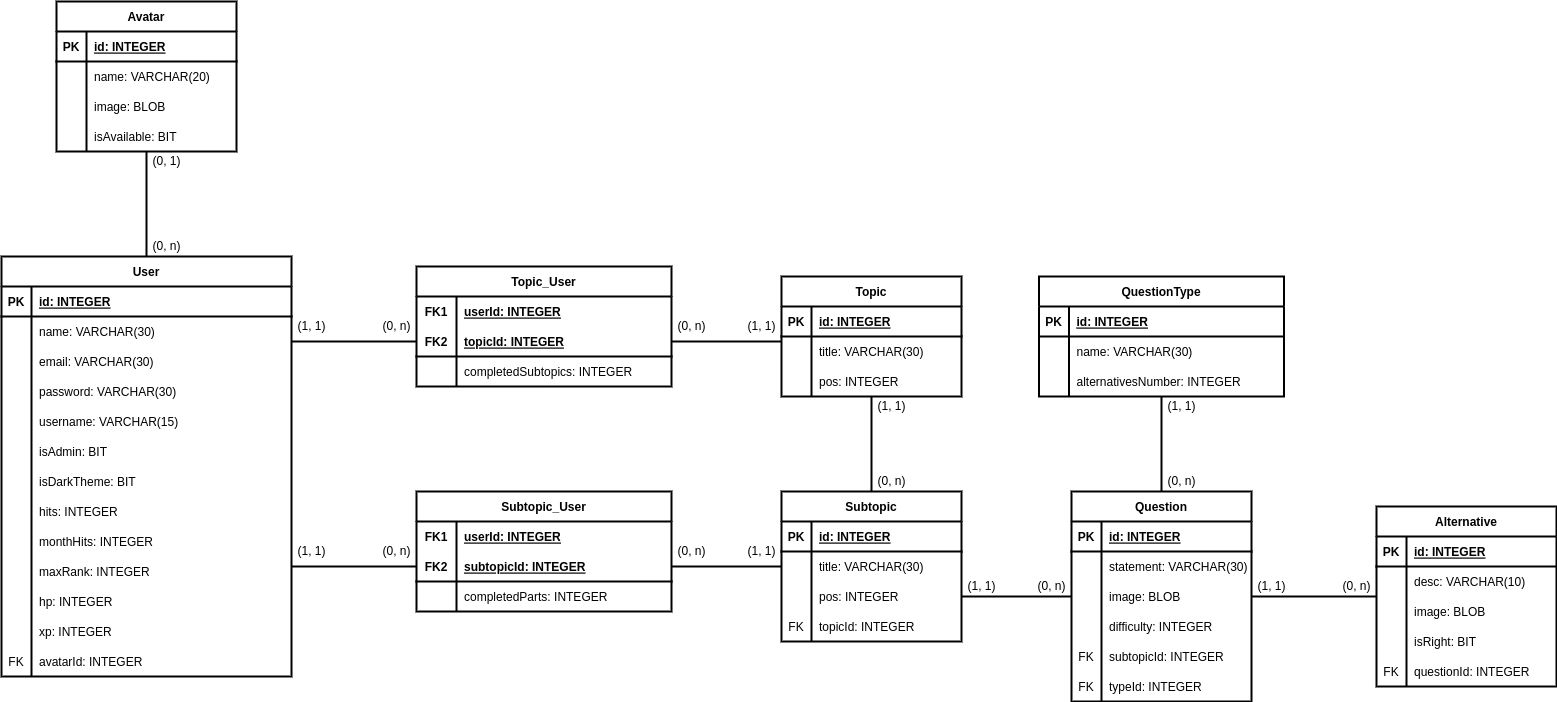
This is docs/banco/fisico.png from rafaeldiehl/malba, a draw.io export, as it was before one commit. Source tidied: cells renumbered, new cells last; positions are measured from the earlier drawing's top-left corner, leaving out a move shared by most shapes.
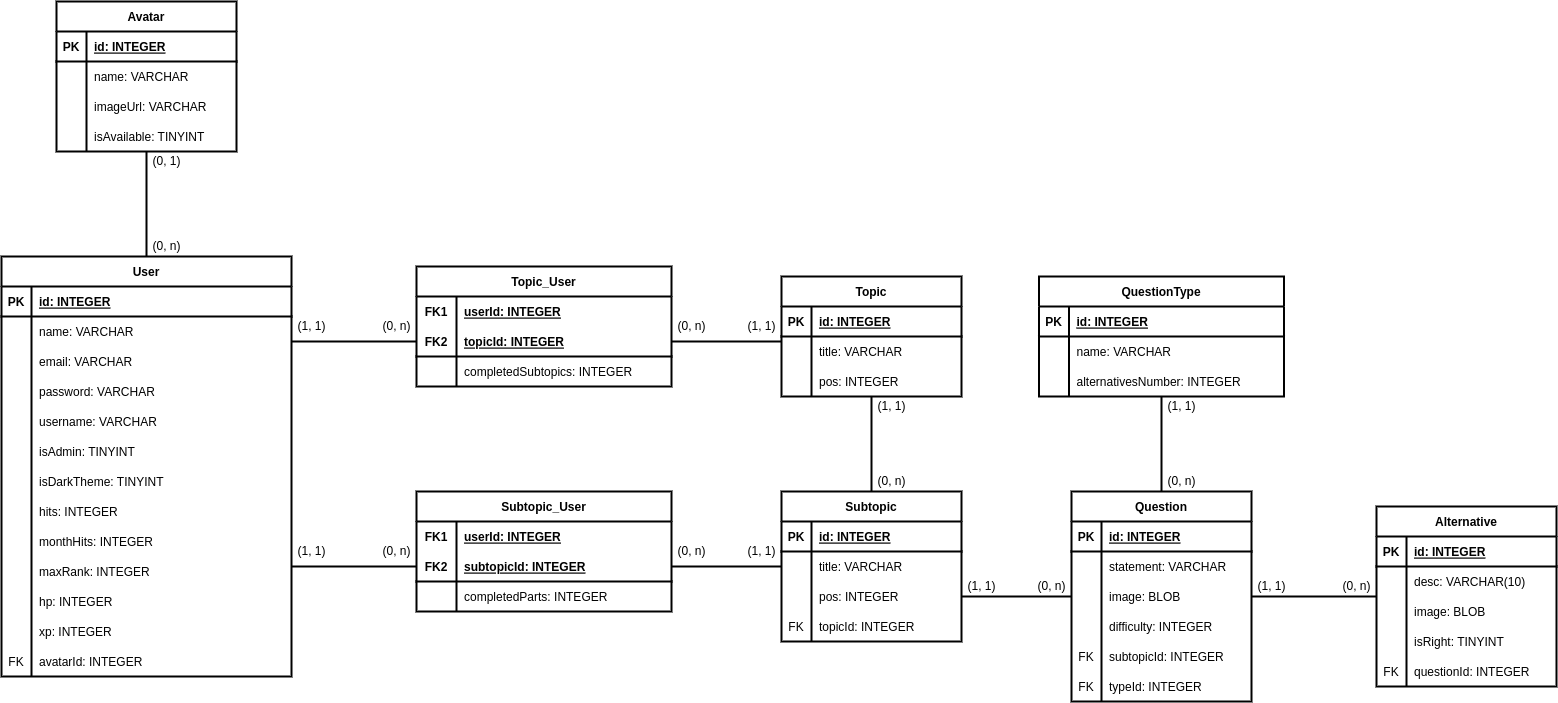
Above is the later version.

What changed in the source:
```diff
@@ -23,7 +23,7 @@
     <mxCell id="8" style="shape=partialRectangle;fillColor=none;top=0;left=0;bottom=0;right=0;overflow=hidden;strokeWidth=2;" parent="7" vertex="1">
       <mxGeometry width="30" height="30" as="geometry" />
     </mxCell>
-    <mxCell id="9" value="name: VARCHAR(30)" style="shape=partialRectangle;fillColor=none;top=0;left=0;bottom=0;right=0;align=left;spacingLeft=6;overflow=hidden;strokeWidth=2;" parent="7" vertex="1">
+    <mxCell id="9" value="name: VARCHAR" style="shape=partialRectangle;fillColor=none;top=0;left=0;bottom=0;right=0;align=left;spacingLeft=6;overflow=hidden;strokeWidth=2;" parent="7" vertex="1">
       <mxGeometry x="30" width="260" height="30" as="geometry" />
     </mxCell>
     <mxCell id="10" style="shape=tableRow;horizontal=0;startSize=0;swimlaneHead=0;swimlaneBody=0;fillColor=none;top=0;left=0;right=0;bottom=0;strokeWidth=2;" parent="3" vertex="1">
@@ -32,7 +32,7 @@
     <mxCell id="11" style="shape=partialRectangle;fillColor=none;top=0;left=0;bottom=0;right=0;overflow=hidden;strokeWidth=2;" parent="10" vertex="1">
       <mxGeometry width="30" height="30" as="geometry" />
     </mxCell>
-    <mxCell id="12" value="email: VARCHAR(30)" style="shape=partialRectangle;fillColor=none;top=0;left=0;bottom=0;right=0;align=left;spacingLeft=6;overflow=hidden;strokeWidth=2;" parent="10" vertex="1">
+    <mxCell id="12" value="email: VARCHAR" style="shape=partialRectangle;fillColor=none;top=0;left=0;bottom=0;right=0;align=left;spacingLeft=6;overflow=hidden;strokeWidth=2;" parent="10" vertex="1">
       <mxGeometry x="30" width="260" height="30" as="geometry" />
     </mxCell>
     <mxCell id="13" style="shape=tableRow;horizontal=0;startSize=0;swimlaneHead=0;swimlaneBody=0;fillColor=none;top=0;left=0;right=0;bottom=0;strokeWidth=2;" parent="3" vertex="1">
@@ -41,7 +41,7 @@
     <mxCell id="14" style="shape=partialRectangle;fillColor=none;top=0;left=0;bottom=0;right=0;overflow=hidden;strokeWidth=2;" parent="13" vertex="1">
       <mxGeometry width="30" height="30" as="geometry" />
     </mxCell>
-    <mxCell id="15" value="password: VARCHAR(30)" style="shape=partialRectangle;fillColor=none;top=0;left=0;bottom=0;right=0;align=left;spacingLeft=6;overflow=hidden;strokeWidth=2;" parent="13" vertex="1">
+    <mxCell id="15" value="password: VARCHAR" style="shape=partialRectangle;fillColor=none;top=0;left=0;bottom=0;right=0;align=left;spacingLeft=6;overflow=hidden;strokeWidth=2;" parent="13" vertex="1">
       <mxGeometry x="30" width="260" height="30" as="geometry" />
     </mxCell>
     <mxCell id="16" style="shape=tableRow;horizontal=0;startSize=0;swimlaneHead=0;swimlaneBody=0;fillColor=none;top=0;left=0;right=0;bottom=0;strokeWidth=2;" parent="3" vertex="1">
@@ -50,7 +50,7 @@
     <mxCell id="17" style="shape=partialRectangle;fillColor=none;top=0;left=0;bottom=0;right=0;overflow=hidden;strokeWidth=2;" parent="16" vertex="1">
       <mxGeometry width="30" height="30" as="geometry" />
     </mxCell>
-    <mxCell id="18" value="username: VARCHAR(15)" style="shape=partialRectangle;fillColor=none;top=0;left=0;bottom=0;right=0;align=left;spacingLeft=6;overflow=hidden;strokeWidth=2;" parent="16" vertex="1">
+    <mxCell id="18" value="username: VARCHAR" style="shape=partialRectangle;fillColor=none;top=0;left=0;bottom=0;right=0;align=left;spacingLeft=6;overflow=hidden;strokeWidth=2;" parent="16" vertex="1">
       <mxGeometry x="30" width="260" height="30" as="geometry" />
     </mxCell>
     <mxCell id="19" style="shape=tableRow;horizontal=0;startSize=0;swimlaneHead=0;swimlaneBody=0;fillColor=none;top=0;left=0;right=0;bottom=0;strokeWidth=2;" parent="3" vertex="1">
@@ -59,7 +59,7 @@
     <mxCell id="20" style="shape=partialRectangle;fillColor=none;top=0;left=0;bottom=0;right=0;overflow=hidden;strokeWidth=2;" parent="19" vertex="1">
       <mxGeometry width="30" height="30" as="geometry" />
     </mxCell>
-    <mxCell id="21" value="isAdmin: BIT" style="shape=partialRectangle;fillColor=none;top=0;left=0;bottom=0;right=0;align=left;spacingLeft=6;overflow=hidden;strokeWidth=2;" parent="19" vertex="1">
+    <mxCell id="21" value="isAdmin: TINYINT" style="shape=partialRectangle;fillColor=none;top=0;left=0;bottom=0;right=0;align=left;spacingLeft=6;overflow=hidden;strokeWidth=2;" parent="19" vertex="1">
       <mxGeometry x="30" width="260" height="30" as="geometry" />
     </mxCell>
     <mxCell id="22" style="shape=tableRow;horizontal=0;startSize=0;swimlaneHead=0;swimlaneBody=0;fillColor=none;top=0;left=0;right=0;bottom=0;strokeWidth=2;" parent="3" vertex="1">
@@ -68,7 +68,7 @@
     <mxCell id="23" style="shape=partialRectangle;fillColor=none;top=0;left=0;bottom=0;right=0;overflow=hidden;strokeWidth=2;" parent="22" vertex="1">
       <mxGeometry width="30" height="30" as="geometry" />
     </mxCell>
-    <mxCell id="24" value="isDarkTheme: BIT" style="shape=partialRectangle;fillColor=none;top=0;left=0;bottom=0;right=0;align=left;spacingLeft=6;overflow=hidden;strokeWidth=2;" parent="22" vertex="1">
+    <mxCell id="24" value="isDarkTheme: TINYINT" style="shape=partialRectangle;fillColor=none;top=0;left=0;bottom=0;right=0;align=left;spacingLeft=6;overflow=hidden;strokeWidth=2;" parent="22" vertex="1">
       <mxGeometry x="30" width="260" height="30" as="geometry" />
     </mxCell>
     <mxCell id="25" style="shape=tableRow;horizontal=0;startSize=0;swimlaneHead=0;swimlaneBody=0;fillColor=none;top=0;left=0;right=0;bottom=0;strokeWidth=2;" parent="3" vertex="1">
@@ -143,7 +143,7 @@
     <mxCell id="48" style="shape=partialRectangle;fillColor=none;top=0;left=0;bottom=0;right=0;overflow=hidden;strokeWidth=2;" parent="47" vertex="1">
       <mxGeometry width="30" height="30" as="geometry" />
     </mxCell>
-    <mxCell id="49" value="name: VARCHAR(20)" style="shape=partialRectangle;fillColor=none;top=0;left=0;bottom=0;right=0;align=left;spacingLeft=6;overflow=hidden;strokeWidth=2;" parent="47" vertex="1">
+    <mxCell id="49" value="name: VARCHAR" style="shape=partialRectangle;fillColor=none;top=0;left=0;bottom=0;right=0;align=left;spacingLeft=6;overflow=hidden;strokeWidth=2;" parent="47" vertex="1">
       <mxGeometry x="30" width="150" height="30" as="geometry" />
     </mxCell>
     <mxCell id="50" style="shape=tableRow;horizontal=0;startSize=0;swimlaneHead=0;swimlaneBody=0;fillColor=none;top=0;left=0;right=0;bottom=0;strokeWidth=2;" parent="43" vertex="1">
@@ -152,7 +152,7 @@
     <mxCell id="51" style="shape=partialRectangle;fillColor=none;top=0;left=0;bottom=0;right=0;overflow=hidden;strokeWidth=2;" parent="50" vertex="1">
       <mxGeometry width="30" height="30" as="geometry" />
     </mxCell>
-    <mxCell id="52" value="image: BLOB" style="shape=partialRectangle;fillColor=none;top=0;left=0;bottom=0;right=0;align=left;spacingLeft=6;overflow=hidden;strokeWidth=2;" parent="50" vertex="1">
+    <mxCell id="52" value="imageUrl: VARCHAR" style="shape=partialRectangle;fillColor=none;top=0;left=0;bottom=0;right=0;align=left;spacingLeft=6;overflow=hidden;strokeWidth=2;" parent="50" vertex="1">
       <mxGeometry x="30" width="150" height="30" as="geometry" />
     </mxCell>
     <mxCell id="53" style="shape=tableRow;horizontal=0;startSize=0;swimlaneHead=0;swimlaneBody=0;fillColor=none;top=0;left=0;right=0;bottom=0;strokeWidth=2;" parent="43" vertex="1">
@@ -161,7 +161,7 @@
     <mxCell id="54" style="shape=partialRectangle;fillColor=none;top=0;left=0;bottom=0;right=0;overflow=hidden;strokeWidth=2;" parent="53" vertex="1">
       <mxGeometry width="30" height="30" as="geometry" />
     </mxCell>
-    <mxCell id="55" value="isAvailable: BIT" style="shape=partialRectangle;fillColor=none;top=0;left=0;bottom=0;right=0;align=left;spacingLeft=6;overflow=hidden;strokeWidth=2;" parent="53" vertex="1">
+    <mxCell id="55" value="isAvailable: TINYINT" style="shape=partialRectangle;fillColor=none;top=0;left=0;bottom=0;right=0;align=left;spacingLeft=6;overflow=hidden;strokeWidth=2;" parent="53" vertex="1">
       <mxGeometry x="30" width="150" height="30" as="geometry" />
     </mxCell>
     <mxCell id="56" value="Topic" style="shape=table;startSize=30;rowLines=0;fontStyle=1;align=center;strokeWidth=2;" parent="1" vertex="1">
@@ -182,7 +182,7 @@
     <mxCell id="61" style="shape=partialRectangle;fillColor=none;top=0;left=0;bottom=0;right=0;overflow=hidden;strokeWidth=2;" parent="60" vertex="1">
       <mxGeometry width="30" height="30" as="geometry" />
     </mxCell>
-    <mxCell id="62" value="title: VARCHAR(30)" style="shape=partialRectangle;fillColor=none;top=0;left=0;bottom=0;right=0;align=left;spacingLeft=6;overflow=hidden;strokeWidth=2;" parent="60" vertex="1">
+    <mxCell id="62" value="title: VARCHAR" style="shape=partialRectangle;fillColor=none;top=0;left=0;bottom=0;right=0;align=left;spacingLeft=6;overflow=hidden;strokeWidth=2;" parent="60" vertex="1">
       <mxGeometry x="30" width="150" height="30" as="geometry" />
     </mxCell>
     <mxCell id="63" style="shape=tableRow;horizontal=0;startSize=0;swimlaneHead=0;swimlaneBody=0;fillColor=none;top=0;left=0;right=0;bottom=0;strokeWidth=2;" parent="56" vertex="1">
@@ -215,7 +215,7 @@
     <mxCell id="72" style="shape=partialRectangle;fillColor=none;top=0;left=0;bottom=0;right=0;overflow=hidden;strokeWidth=2;" parent="71" vertex="1">
       <mxGeometry width="30" height="30" as="geometry" />
     </mxCell>
-    <mxCell id="73" value="title: VARCHAR(30)" style="shape=partialRectangle;fillColor=none;top=0;left=0;bottom=0;right=0;align=left;spacingLeft=6;overflow=hidden;strokeWidth=2;" parent="71" vertex="1">
+    <mxCell id="73" value="title: VARCHAR" style="shape=partialRectangle;fillColor=none;top=0;left=0;bottom=0;right=0;align=left;spacingLeft=6;overflow=hidden;strokeWidth=2;" parent="71" vertex="1">
       <mxGeometry x="30" width="150" height="30" as="geometry" />
     </mxCell>
     <mxCell id="74" style="shape=tableRow;horizontal=0;startSize=0;swimlaneHead=0;swimlaneBody=0;fillColor=none;points=[[0,0.5],[1,0.5]];portConstraint=eastwest;top=0;left=0;right=0;bottom=0;strokeWidth=2;" parent="67" vertex="1">
@@ -257,7 +257,7 @@
     <mxCell id="86" style="shape=partialRectangle;fillColor=none;top=0;left=0;bottom=0;right=0;overflow=hidden;strokeWidth=2;" parent="85" vertex="1">
       <mxGeometry width="30" height="30" as="geometry" />
     </mxCell>
-    <mxCell id="87" value="statement: VARCHAR(30)" style="shape=partialRectangle;fillColor=none;top=0;left=0;bottom=0;right=0;align=left;spacingLeft=6;overflow=hidden;strokeWidth=2;" parent="85" vertex="1">
+    <mxCell id="87" value="statement: VARCHAR" style="shape=partialRectangle;fillColor=none;top=0;left=0;bottom=0;right=0;align=left;spacingLeft=6;overflow=hidden;strokeWidth=2;" parent="85" vertex="1">
       <mxGeometry x="30" width="150" height="30" as="geometry" />
     </mxCell>
     <mxCell id="88" style="shape=tableRow;horizontal=0;startSize=0;swimlaneHead=0;swimlaneBody=0;fillColor=none;top=0;left=0;right=0;bottom=0;strokeWidth=2;" parent="81" vertex="1">
@@ -314,7 +314,7 @@
     <mxCell id="105" style="shape=partialRectangle;fillColor=none;top=0;left=0;bottom=0;right=0;overflow=hidden;strokeWidth=2;" parent="104" vertex="1">
       <mxGeometry width="30" height="30" as="geometry" />
     </mxCell>
-    <mxCell id="106" value="name: VARCHAR(30)" style="shape=partialRectangle;fillColor=none;top=0;left=0;bottom=0;right=0;align=left;spacingLeft=6;overflow=hidden;strokeWidth=2;" parent="104" vertex="1">
+    <mxCell id="106" value="name: VARCHAR" style="shape=partialRectangle;fillColor=none;top=0;left=0;bottom=0;right=0;align=left;spacingLeft=6;overflow=hidden;strokeWidth=2;" parent="104" vertex="1">
       <mxGeometry x="30" width="215" height="30" as="geometry" />
     </mxCell>
     <mxCell id="107" style="shape=tableRow;horizontal=0;startSize=0;swimlaneHead=0;swimlaneBody=0;fillColor=none;top=0;left=0;right=0;bottom=0;strokeWidth=2;" parent="100" vertex="1">
@@ -362,7 +362,7 @@
     <mxCell id="121" style="shape=partialRectangle;fillColor=none;top=0;left=0;bottom=0;right=0;overflow=hidden;strokeWidth=2;" parent="120" vertex="1">
       <mxGeometry width="30" height="30" as="geometry" />
     </mxCell>
-    <mxCell id="122" value="isRight: BIT" style="shape=partialRectangle;fillColor=none;top=0;left=0;bottom=0;right=0;align=left;spacingLeft=6;overflow=hidden;strokeWidth=2;" parent="120" vertex="1">
+    <mxCell id="122" value="isRight: TINYINT" style="shape=partialRectangle;fillColor=none;top=0;left=0;bottom=0;right=0;align=left;spacingLeft=6;overflow=hidden;strokeWidth=2;" parent="120" vertex="1">
       <mxGeometry x="30" width="150" height="30" as="geometry" />
     </mxCell>
     <mxCell id="123" style="shape=tableRow;horizontal=0;startSize=0;swimlaneHead=0;swimlaneBody=0;fillColor=none;top=0;left=0;right=0;bottom=0;strokeWidth=2;" parent="110" vertex="1">
```
